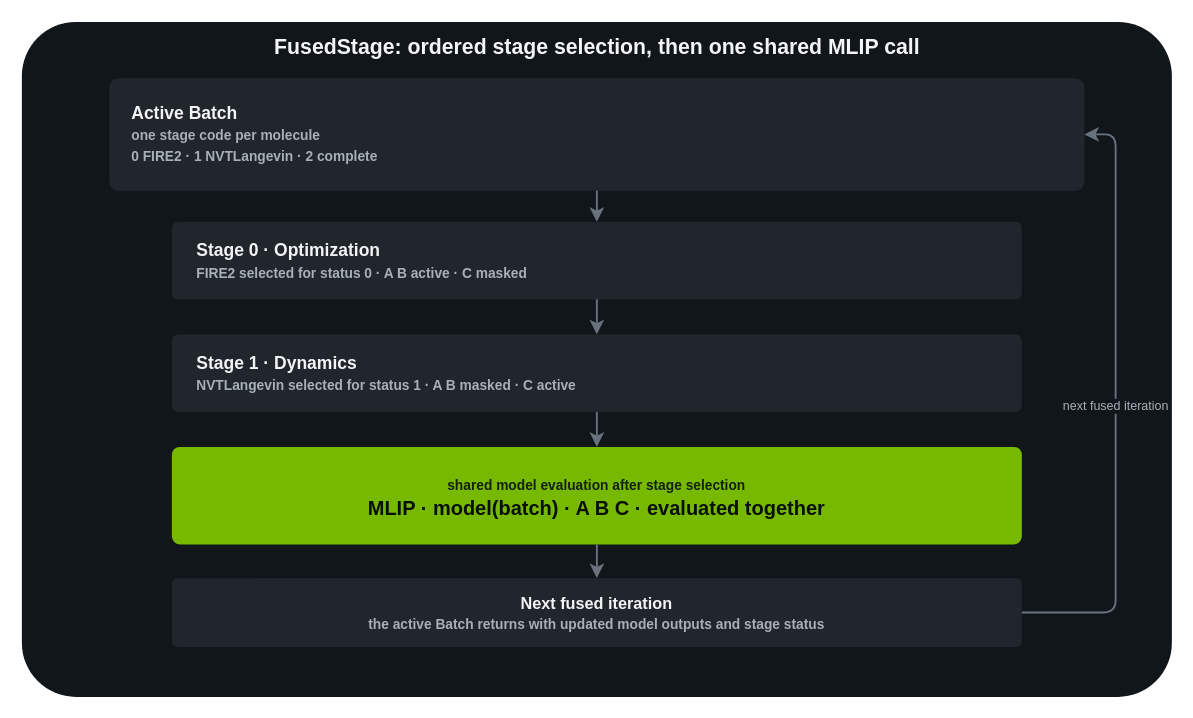
The draw.io diagram notebooks/00-core-playbook/assets/fused-stage-flow.drawio in openhackathons-org/ALCHEMI-Bootcamp, before the edit. Source tidied: cells renumbered, new cells numbered last; positions are measured from the earlier drawing's top-left corner, leaving out a move shared by most shapes. Both pictures are drawn from the tidied source at 125%, with x=0, y=0 at pixel (21, 21).
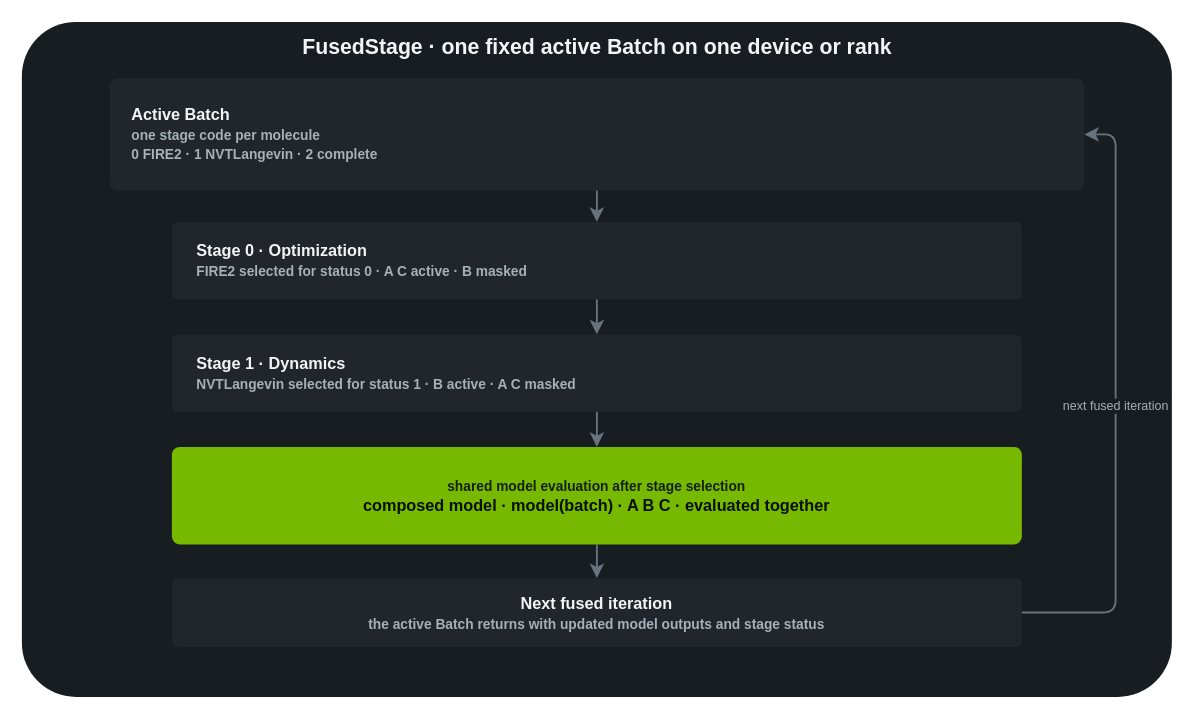
The same page after the edit.

Change to the diagram source:
```diff
@@
 <mxGraphModel>
   <root>
     <mxCell id="0" />
     <mxCell id="1" parent="0" />
-    <mxCell id="2" style="rounded=1;arcSize=8;whiteSpace=wrap;html=1;fillColor=#11161B;strokeColor=none;" parent="1" vertex="1">
+    <mxCell id="2" style="rounded=1;arcSize=8;whiteSpace=wrap;html=1;fillColor=#171D20;strokeColor=none;" parent="1" vertex="1">
       <mxGeometry width="920" height="540" as="geometry" />
     </mxCell>
-    <mxCell id="3" value="FusedStage: ordered stage selection, then one shared MLIP call" style="text;html=1;strokeColor=none;fillColor=none;align=center;verticalAlign=middle;fontFamily=NVIDIA Sans;fontSize=17;fontStyle=1;fontColor=#F3F4F6;" parent="1" vertex="1">
+    <mxCell id="3" value="FusedStage · one fixed active Batch on one device or rank" style="text;html=1;strokeColor=none;fillColor=none;align=center;verticalAlign=middle;fontFamily=NVIDIA Sans;fontSize=17;fontStyle=1;fontColor=#F3F4F6;" parent="1" vertex="1">
       <mxGeometry x="190" y="8" width="540" height="26" as="geometry" />
     </mxCell>
-    <mxCell id="4" value="Active Batch&lt;br&gt;&lt;font style=&quot;font-size:11px;color:#A8B0B8;&quot;&gt;one stage code per molecule&lt;br&gt;0 FIRE2 · 1 NVTLangevin · 2 complete&lt;/font&gt;" style="rounded=1;arcSize=8;whiteSpace=wrap;html=1;fillColor=#20262C;strokeColor=none;fontColor=#F3F4F6;fontFamily=NVIDIA Sans;fontStyle=1;fontSize=14;align=left;verticalAlign=middle;spacingLeft=16;" parent="1" vertex="1">
+    <mxCell id="4" value="Active Batch&lt;br&gt;&lt;font style=&quot;font-size:11px;color:#A8B0B8;&quot;&gt;one stage code per molecule&lt;br&gt;0 FIRE2 · 1 NVTLangevin · 2 complete&lt;/font&gt;" style="rounded=1;arcSize=8;whiteSpace=wrap;html=1;fillColor=#20262C;strokeColor=none;fontColor=#F3F4F6;fontFamily=NVIDIA Sans;fontStyle=1;fontSize=13;align=left;verticalAlign=middle;spacingLeft=16;" parent="1" vertex="1">
       <mxGeometry x="70" y="45" width="780" height="90" as="geometry" />
     </mxCell>
-    <mxCell id="5" value="Stage 0 · Optimization&lt;br&gt;&lt;font style=&quot;font-size:11px;color:#A8B0B8;&quot;&gt;FIRE2 selected for status 0 · A B active · C masked&lt;/font&gt;" style="rounded=1;arcSize=8;whiteSpace=wrap;html=1;fillColor=#20262C;strokeColor=none;fontColor=#F3F4F6;fontFamily=NVIDIA Sans;fontStyle=1;fontSize=14;align=left;verticalAlign=middle;spacingLeft=18;" parent="1" vertex="1">
+    <mxCell id="5" value="Stage 0 · Optimization&lt;br&gt;&lt;font style=&quot;font-size:11px;color:#A8B0B8;&quot;&gt;FIRE2 selected for status 0 · A C active · B masked&lt;/font&gt;" style="rounded=1;arcSize=8;whiteSpace=wrap;html=1;fillColor=#20262C;strokeColor=none;fontColor=#F3F4F6;fontFamily=NVIDIA Sans;fontStyle=1;fontSize=13;align=left;verticalAlign=middle;spacingLeft=18;" parent="1" vertex="1">
       <mxGeometry x="120" y="160" width="680" height="62" as="geometry" />
     </mxCell>
-    <mxCell id="6" value="Stage 1 · Dynamics&lt;br&gt;&lt;font style=&quot;font-size:11px;color:#A8B0B8;&quot;&gt;NVTLangevin selected for status 1 · A B masked · C active&lt;/font&gt;" style="rounded=1;arcSize=8;whiteSpace=wrap;html=1;fillColor=#20262C;strokeColor=none;fontColor=#F3F4F6;fontFamily=NVIDIA Sans;fontStyle=1;fontSize=14;align=left;verticalAlign=middle;spacingLeft=18;" parent="1" vertex="1">
+    <mxCell id="6" value="Stage 1 · Dynamics&lt;br&gt;&lt;font style=&quot;font-size:11px;color:#A8B0B8;&quot;&gt;NVTLangevin selected for status 1 · B active · A C masked&lt;/font&gt;" style="rounded=1;arcSize=8;whiteSpace=wrap;html=1;fillColor=#20262C;strokeColor=none;fontColor=#F3F4F6;fontFamily=NVIDIA Sans;fontStyle=1;fontSize=13;align=left;verticalAlign=middle;spacingLeft=18;" parent="1" vertex="1">
       <mxGeometry x="120" y="250" width="680" height="62" as="geometry" />
     </mxCell>
-    <mxCell id="7" value="&lt;font style=&quot;font-size:11px;color:#15200D;&quot;&gt;shared model evaluation after stage selection&lt;/font&gt;&lt;br&gt;MLIP · model(batch) · A B C · evaluated together" style="rounded=1;arcSize=8;whiteSpace=wrap;html=1;fillColor=#76B900;strokeColor=none;fontColor=#081005;fontFamily=NVIDIA Sans;fontStyle=1;fontSize=16;align=center;verticalAlign=middle;" parent="1" vertex="1">
+    <mxCell id="7" value="&lt;font style=&quot;font-size:11px;color:#15200D;&quot;&gt;shared model evaluation after stage selection&lt;/font&gt;&lt;br&gt;composed model · model(batch) · A B C · evaluated together" style="rounded=1;arcSize=8;whiteSpace=wrap;html=1;fillColor=#76B900;strokeColor=none;fontColor=#081005;fontFamily=NVIDIA Sans;fontStyle=1;fontSize=13;align=center;verticalAlign=middle;" parent="1" vertex="1">
       <mxGeometry x="120" y="340" width="680" height="78" as="geometry" />
     </mxCell>
     <mxCell id="8" value="Next fused iteration&lt;br&gt;&lt;font style=&quot;font-size:11px;color:#A8B0B8;&quot;&gt;the active Batch returns with updated model outputs and stage status&lt;/font&gt;" style="rounded=1;arcSize=8;whiteSpace=wrap;html=1;fillColor=#20262C;strokeColor=none;fontColor=#F3F4F6;fontFamily=NVIDIA Sans;fontStyle=1;fontSize=13;align=center;verticalAlign=middle;" parent="1" vertex="1">
       <mxGeometry x="120" y="445" width="680" height="55" as="geometry" />
     </mxCell>
     <mxCell id="9" style="edgeStyle=none;rounded=0;html=1;endArrow=classic;endFill=1;endSize=7;strokeColor=#68737E;strokeWidth=1.5;" parent="1" edge="1" source="4" target="5">
       <mxGeometry relative="1" as="geometry" />
     </mxCell>
     <mxCell id="10" style="edgeStyle=none;rounded=0;html=1;endArrow=classic;endFill=1;endSize=7;strokeColor=#68737E;strokeWidth=1.5;" parent="1" edge="1" source="5" target="6">
       <mxGeometry relative="1" as="geometry" />
     </mxCell>
     <mxCell id="11" style="edgeStyle=none;rounded=0;html=1;endArrow=classic;endFill=1;endSize=7;strokeColor=#68737E;strokeWidth=1.5;" parent="1" edge="1" source="6" target="7">
       <mxGeometry relative="1" as="geometry" />
     </mxCell>
     <mxCell id="12" style="edgeStyle=none;rounded=0;html=1;endArrow=classic;endFill=1;endSize=7;strokeColor=#68737E;strokeWidth=1.5;" parent="1" edge="1" source="7" target="8">
       <mxGeometry relative="1" as="geometry" />
     </mxCell>
-    <mxCell id="13" value="next fused iteration" style="edgeStyle=orthogonalEdgeStyle;rounded=1;html=1;endArrow=classic;endFill=1;endSize=7;strokeColor=#68737E;strokeWidth=1.5;fontColor=#A8B0B8;fontFamily=NVIDIA Sans;fontSize=10;labelBackgroundColor=#11161B;exitX=1;exitY=0.5;" parent="1" edge="1" source="8" target="4">
+    <mxCell id="13" value="next fused iteration" style="edgeStyle=orthogonalEdgeStyle;rounded=1;html=1;endArrow=classic;endFill=1;endSize=7;strokeColor=#68737E;strokeWidth=1.5;fontColor=#A8B0B8;fontFamily=NVIDIA Sans;fontSize=10;labelBackgroundColor=#171D20;exitX=1;exitY=0.5;" parent="1" edge="1" source="8" target="4">
       <mxGeometry relative="1" as="geometry">
         <Array as="points">
           <mxPoint x="875" y="472" />
           <mxPoint x="875" y="90" />
         </Array>
       </mxGeometry>
     </mxCell>
   </root>
 </mxGraphModel>
```
